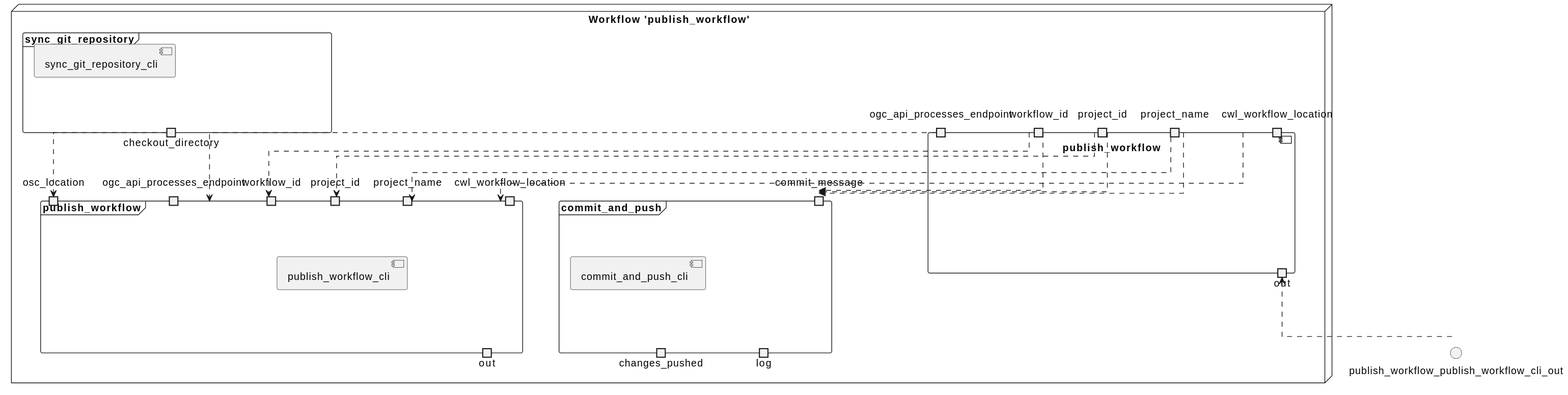
Above: docs/c4/components/workflow/publish_workflow/component.svg in Terradue/osc-client (PlantUML), before the change.
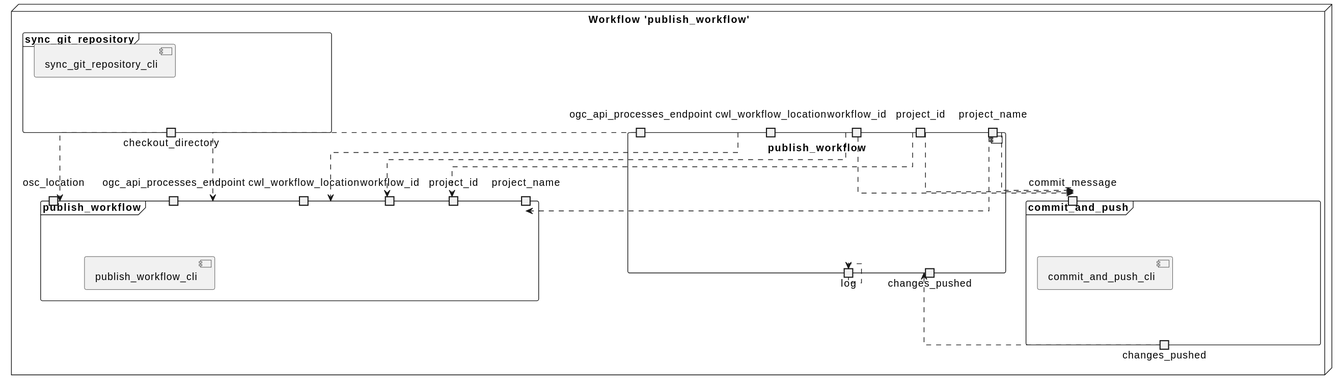
Later version of the same file.

Diff of the diagram source:
```diff
@@ -20,10 +20,35 @@
         portin "cwl_workflow_location" as publish_workflow_cwl_workflow_location
 
 
-        portout "out" as publish_workflow_out
+        portout "publish_workflow_log" as publish_workflow_publish_workflow_log
+
+        portout "changes_pushed" as publish_workflow_changes_pushed
 
     }
 
+
+    frame "commit_and_push" as publish_workflow_commit_and_push {
+
+        portin "commit_message" as publish_workflow_commit_and_push_commit_message
+
+
+
+        publish_workflow_workflow_id .down.> publish_workflow_commit_and_push_commit_message
+
+        publish_workflow_project_name .down.> publish_workflow_commit_and_push_commit_message
+
+        publish_workflow_project_id .down.> publish_workflow_commit_and_push_commit_message
+
+
+
+
+
+
+        portout "changes_pushed" as publish_workflow_commit_and_push_changes_pushed
+
+
+        component "commit_and_push_cli" as commit_and_push_cli
+    }
 
     frame "sync_git_repository" as publish_workflow_sync_git_repository {
 
@@ -87,35 +112,10 @@
 
 
 
-        portout "out" as publish_workflow_publish_workflow_out
+        portout "log" as publish_workflow_publish_workflow_log
 
 
         component "publish_workflow_cli" as publish_workflow_cli
-    }
-
-    frame "commit_and_push" as publish_workflow_commit_and_push {
-
-        portin "commit_message" as publish_workflow_commit_and_push_commit_message
-
-
-
-        publish_workflow_workflow_id .down.> publish_workflow_commit_and_push_commit_message
-
-        publish_workflow_project_name .down.> publish_workflow_commit_and_push_commit_message
-
-        publish_workflow_project_id .down.> publish_workflow_commit_and_push_commit_message
-
-
-
-
-
-
-        portout "changes_pushed" as publish_workflow_commit_and_push_changes_pushed
-
-        portout "log" as publish_workflow_commit_and_push_log
-
-
-        component "commit_and_push_cli" as commit_and_push_cli
     }
 
 }
@@ -123,5 +123,11 @@
 
 
 
-publish_workflow_publish_workflow_cli_out .up.> publish_workflow_out
+publish_workflow_publish_workflow_log .up.> publish_workflow_publish_workflow_log
+
+
+
+
+
+publish_workflow_commit_and_push_changes_pushed .up.> publish_workflow_changes_pushed
 @enduml
```
